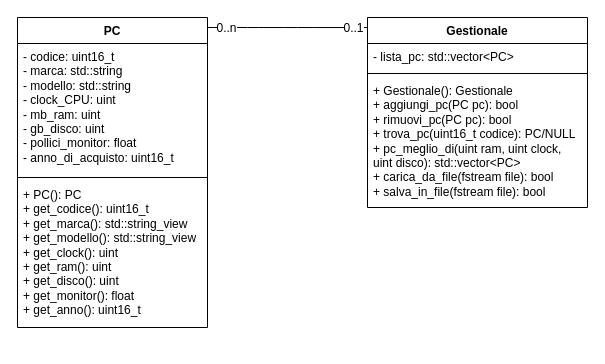
gifede/UML_21_10_2026 keeps this draw.io diagram as Gestionale_UML.drawio. Above is the earlier version. Source tidied: cells renumbered, new cells numbered last; positions are measured from the earlier drawing's top-left corner, leaving out a move shared by most shapes. Both pictures are drawn from the tidied source at 100%, with x=0, y=0 at pixel (17, 17).
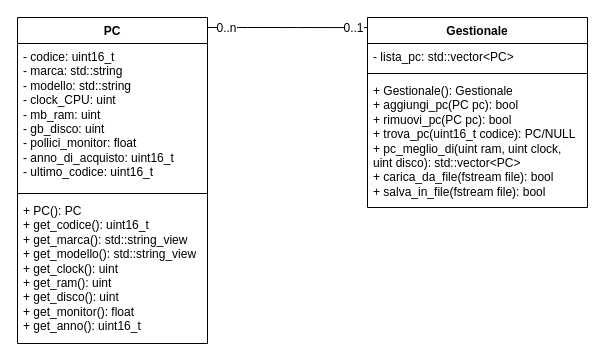
The same diagram, later.

Commit message:
Variabile static per salvare il codice precedente

What changed in the source:
```diff
@@
 <mxGraphModel>
   <root>
     <mxCell id="0" />
     <mxCell id="1" parent="0" />
     <mxCell id="2" value="PC" style="swimlane;fontStyle=1;align=center;verticalAlign=top;horizontal=1;startSize=26;whiteSpace=wrap;html=1;" parent="1" vertex="1">
-      <mxGeometry width="190" height="310" as="geometry" />
+      <mxGeometry width="190" height="326" as="geometry" />
     </mxCell>
-    <mxCell id="3" value="&lt;div&gt;- codice: uint16_t&lt;/div&gt;&lt;div&gt;- marca: std::string&lt;/div&gt;&lt;div&gt;- modello: std::string&lt;/div&gt;&lt;div&gt;- clock_CPU: uint&lt;/div&gt;&lt;div&gt;- mb_ram: uint&lt;/div&gt;&lt;div&gt;- gb_disco: uint&lt;/div&gt;&lt;div&gt;- pollici_monitor: float&lt;/div&gt;&lt;div&gt;- anno_di_acquisto: uint16_t&lt;/div&gt;" style="text;strokeColor=none;fillColor=none;align=left;verticalAlign=top;spacingLeft=4;spacingRight=4;overflow=hidden;whiteSpace=wrap;html=1;" parent="2" vertex="1">
-      <mxGeometry y="26" width="190" height="130" as="geometry" />
+    <mxCell id="3" value="&lt;div&gt;- codice: uint16_t&lt;/div&gt;&lt;div&gt;- marca: std::string&lt;/div&gt;&lt;div&gt;- modello: std::string&lt;/div&gt;&lt;div&gt;- clock_CPU: uint&lt;/div&gt;&lt;div&gt;- mb_ram: uint&lt;/div&gt;&lt;div&gt;- gb_disco: uint&lt;/div&gt;&lt;div&gt;- pollici_monitor: float&lt;/div&gt;&lt;div&gt;- anno_di_acquisto: uint16_t&lt;/div&gt;&lt;div&gt;- ultimo_codice: uint16_t&lt;/div&gt;" style="text;strokeColor=none;fillColor=none;align=left;verticalAlign=top;spacingLeft=4;spacingRight=4;overflow=hidden;whiteSpace=wrap;html=1;" parent="2" vertex="1">
+      <mxGeometry y="26" width="190" height="146" as="geometry" />
     </mxCell>
     <mxCell id="4" style="line;strokeWidth=1;fillColor=none;align=left;verticalAlign=middle;spacingTop=-1;spacingLeft=3;spacingRight=3;labelPosition=right;strokeColor=inherit;" parent="2" vertex="1">
-      <mxGeometry y="156" width="190" height="8" as="geometry" />
+      <mxGeometry y="172" width="190" height="8" as="geometry" />
     </mxCell>
     <mxCell id="5" value="&lt;div&gt;+ PC(): PC&lt;/div&gt;&lt;div&gt;+ get_codice(): uint16_t&lt;/div&gt;&lt;div&gt;+ get_marca(): std::string_view&lt;/div&gt;&lt;div&gt;+ get_modello(): std::string_view&lt;/div&gt;&lt;div&gt;+ get_clock(): uint&lt;/div&gt;&lt;div&gt;+ get_ram(): uint&lt;/div&gt;&lt;div&gt;+ get_disco(): uint&lt;/div&gt;&lt;div&gt;+ get_monitor(): float&lt;/div&gt;&lt;div&gt;+ get_anno(): uint16_t&lt;/div&gt;" style="text;strokeColor=none;fillColor=none;align=left;verticalAlign=top;spacingLeft=4;spacingRight=4;overflow=hidden;whiteSpace=wrap;html=1;" parent="2" vertex="1">
-      <mxGeometry y="164" width="190" height="146" as="geometry" />
+      <mxGeometry y="180" width="190" height="146" as="geometry" />
     </mxCell>
     <mxCell id="6" value="Gestionale" style="swimlane;fontStyle=1;align=center;verticalAlign=top;horizontal=1;startSize=26;whiteSpace=wrap;html=1;" parent="1" vertex="1">
       <mxGeometry x="350" width="220" height="190" as="geometry" />
     </mxCell>
     <mxCell id="7" value="- lista_pc: std::vector&amp;lt;PC&amp;gt;" style="text;strokeColor=none;fillColor=none;align=left;verticalAlign=top;spacingLeft=4;spacingRight=4;overflow=hidden;whiteSpace=wrap;html=1;" parent="6" vertex="1">
       <mxGeometry y="26" width="220" height="26" as="geometry" />
     </mxCell>
     <mxCell id="8" style="line;strokeWidth=1;fillColor=none;align=left;verticalAlign=middle;spacingTop=-1;spacingLeft=3;spacingRight=3;labelPosition=right;strokeColor=inherit;" parent="6" vertex="1">
       <mxGeometry y="52" width="220" height="8" as="geometry" />
     </mxCell>
     <mxCell id="9" value="&lt;div&gt;+ Gestionale(): Gestionale&amp;nbsp;&lt;/div&gt;&lt;div&gt;+ aggiungi_pc(PC pc): bool&lt;/div&gt;&lt;div&gt;+ rimuovi_pc(PC pc): bool&lt;/div&gt;&lt;div&gt;+ trova_pc(uint16_t codice): PC/NULL&lt;/div&gt;&lt;div&gt;+ pc_meglio_di(uint ram, uint clock, uint disco): std::vector&amp;lt;PC&amp;gt;&lt;/div&gt;&lt;div&gt;+ carica_da_file(fstream file): bool&lt;/div&gt;&lt;div&gt;+ salva_in_file(fstream file): bool&lt;/div&gt;" style="text;strokeColor=none;fillColor=none;align=left;verticalAlign=top;spacingLeft=4;spacingRight=4;overflow=hidden;whiteSpace=wrap;html=1;" parent="6" vertex="1">
       <mxGeometry y="60" width="220" height="130" as="geometry" />
     </mxCell>
     <mxCell id="10" style="edgeStyle=none;jettySize=auto;html=1;rounded=0;fontSize=12;startSize=8;endSize=8;curved=1;entryX=0;entryY=0.053;entryDx=0;entryDy=0;entryPerimeter=0;endArrow=none;endFill=0;" parent="1" edge="1" target="6">
       <mxGeometry relative="1" as="geometry">
         <mxPoint x="190" y="10" as="sourcePoint" />
       </mxGeometry>
     </mxCell>
     <mxCell id="11" value="0..n" style="edgeLabel;html=1;align=center;verticalAlign=middle;fontSize=12;" parent="10" vertex="1">
       <mxGeometry x="-0.76" y="-2" relative="1" as="geometry">
         <mxPoint y="-2" as="offset" />
       </mxGeometry>
     </mxCell>
     <mxCell id="12" value="0..1" style="edgeLabel;html=1;align=center;verticalAlign=middle;fontSize=12;" parent="10" vertex="1">
       <mxGeometry x="0.81" y="4" relative="1" as="geometry">
         <mxPoint y="4" as="offset" />
       </mxGeometry>
     </mxCell>
   </root>
 </mxGraphModel>
```
